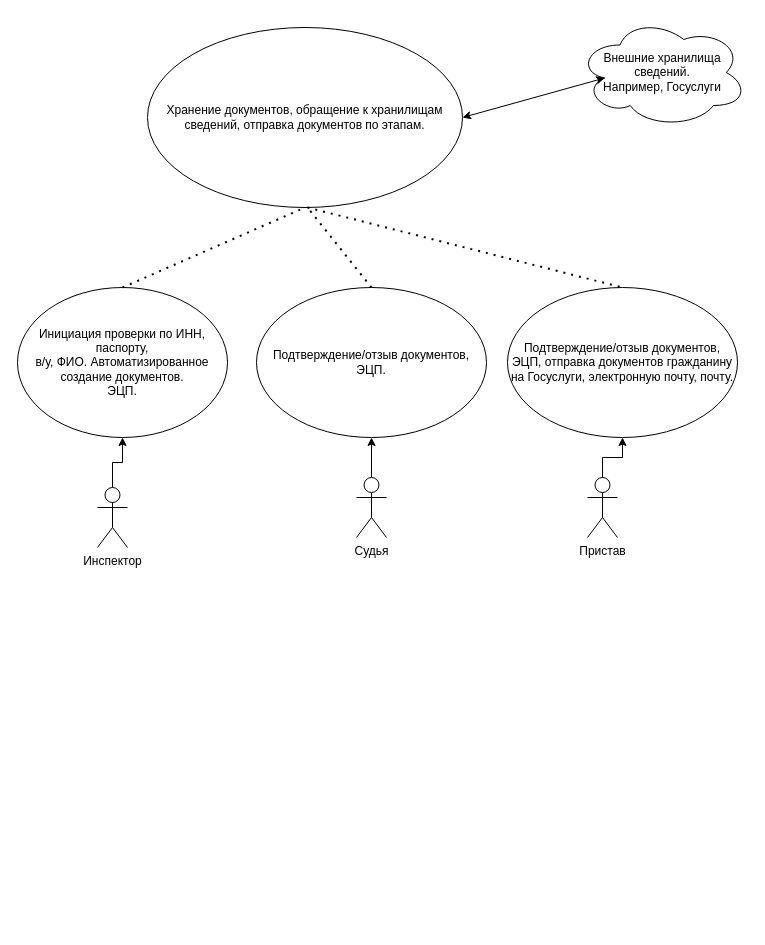
Earlier version of the draw.io diagram Untitled Diagram.drawio (Tiltanus/cycada20). Source tidied: cells renumbered, new cells numbered last; positions are measured from the earlier drawing's top-left corner, leaving out a move shared by most shapes. Both pictures are drawn from the tidied source at 100%, with x=0, y=0 at pixel (17, 17).
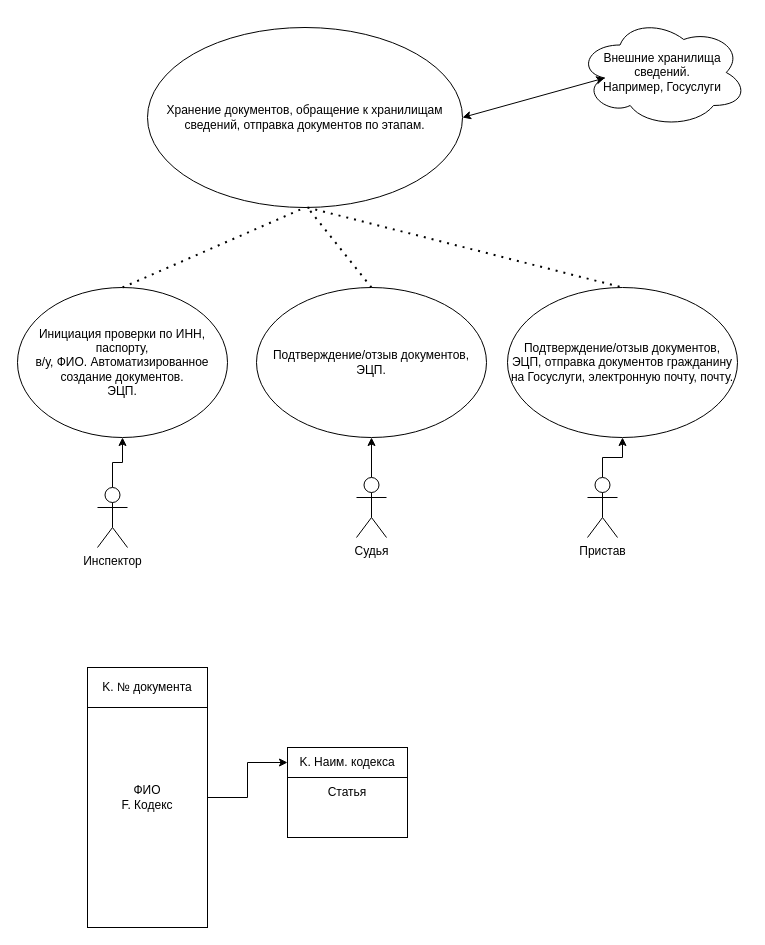
After the change.

The edit, as a diff of the source:
```diff
@@
+    <mxCell id="17" style="edgeStyle=orthogonalEdgeStyle;rounded=0;jettySize=auto;html=1;" parent="1" edge="1" source="18" target="21">
+      <mxGeometry relative="1" as="geometry" />
+    </mxCell>
+    <mxCell id="18" value="ФИО&lt;br&gt;F. Кодекс" style="rounded=0;whiteSpace=wrap;html=1;" parent="1" vertex="1">
+      <mxGeometry x="70" y="650" width="120" height="260" as="geometry" />
+    </mxCell>
+    <mxCell id="19" value="K. № документа" style="rounded=0;whiteSpace=wrap;html=1;" parent="1" vertex="1">
+      <mxGeometry x="70" y="650" width="120" height="40" as="geometry" />
+    </mxCell>
+    <mxCell id="20" value="Статья" style="rounded=0;whiteSpace=wrap;html=1;" parent="1" vertex="1">
+      <mxGeometry x="270" y="730" width="120" height="90" as="geometry" />
+    </mxCell>
+    <mxCell id="21" value="K. Наим. кодекса" style="rounded=0;whiteSpace=wrap;html=1;" parent="1" vertex="1">
+      <mxGeometry x="270" y="730" width="120" height="30" as="geometry" />
+    </mxCell>
```
